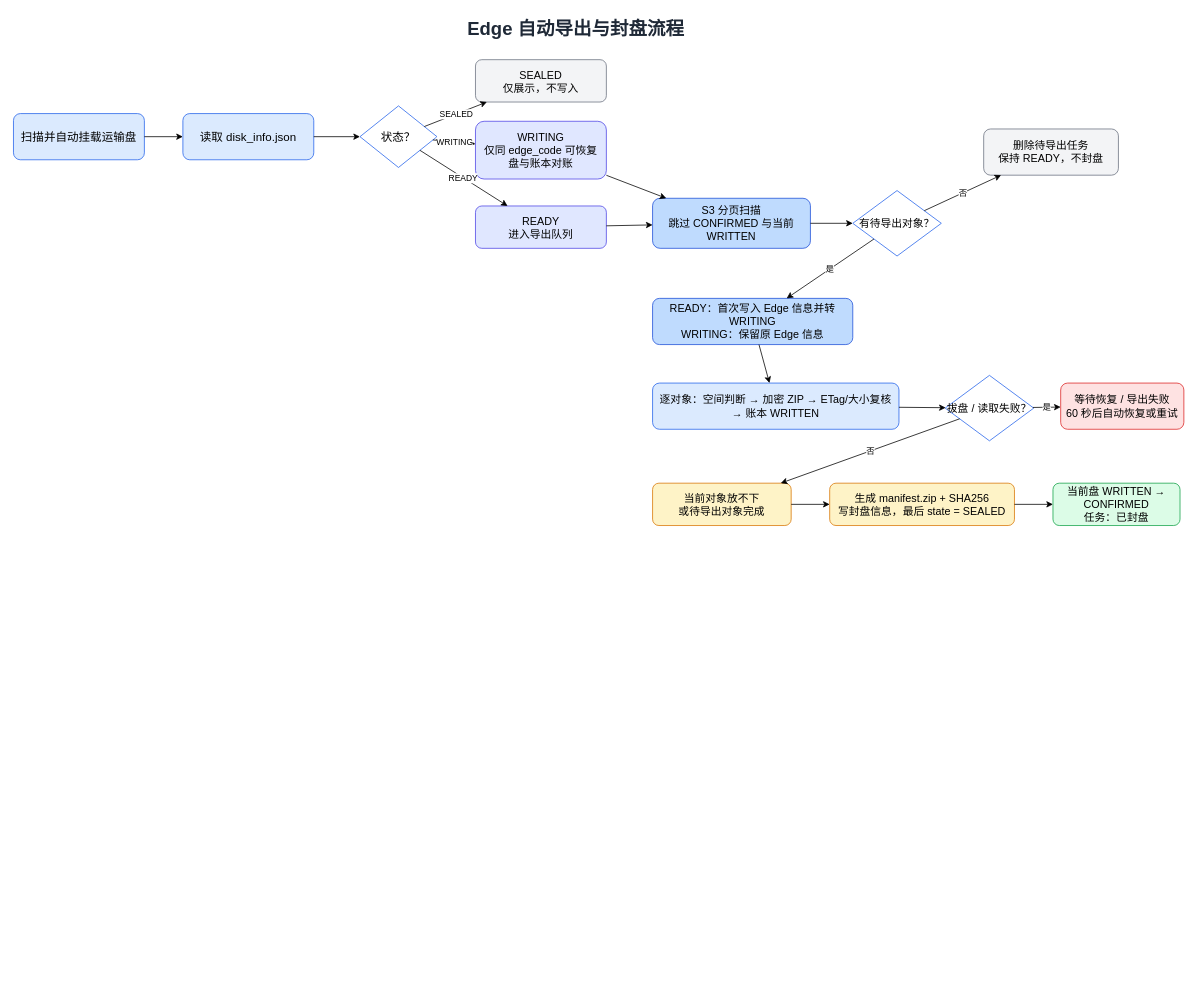
The draw.io diagram page "03-Edge导出流程" (3 of 5) of docs/流程图/RustFS离线运输盘同步系统.drawio in BeipySub/NewRustFsDisk, before the edit. Source tidied: cells renumbered, new cells numbered last; positions are measured from the earlier drawing's top-left corner, leaving out a move shared by most shapes. Both pictures are drawn from the tidied source at 77%, with x=0, y=0 at pixel (13, 13).
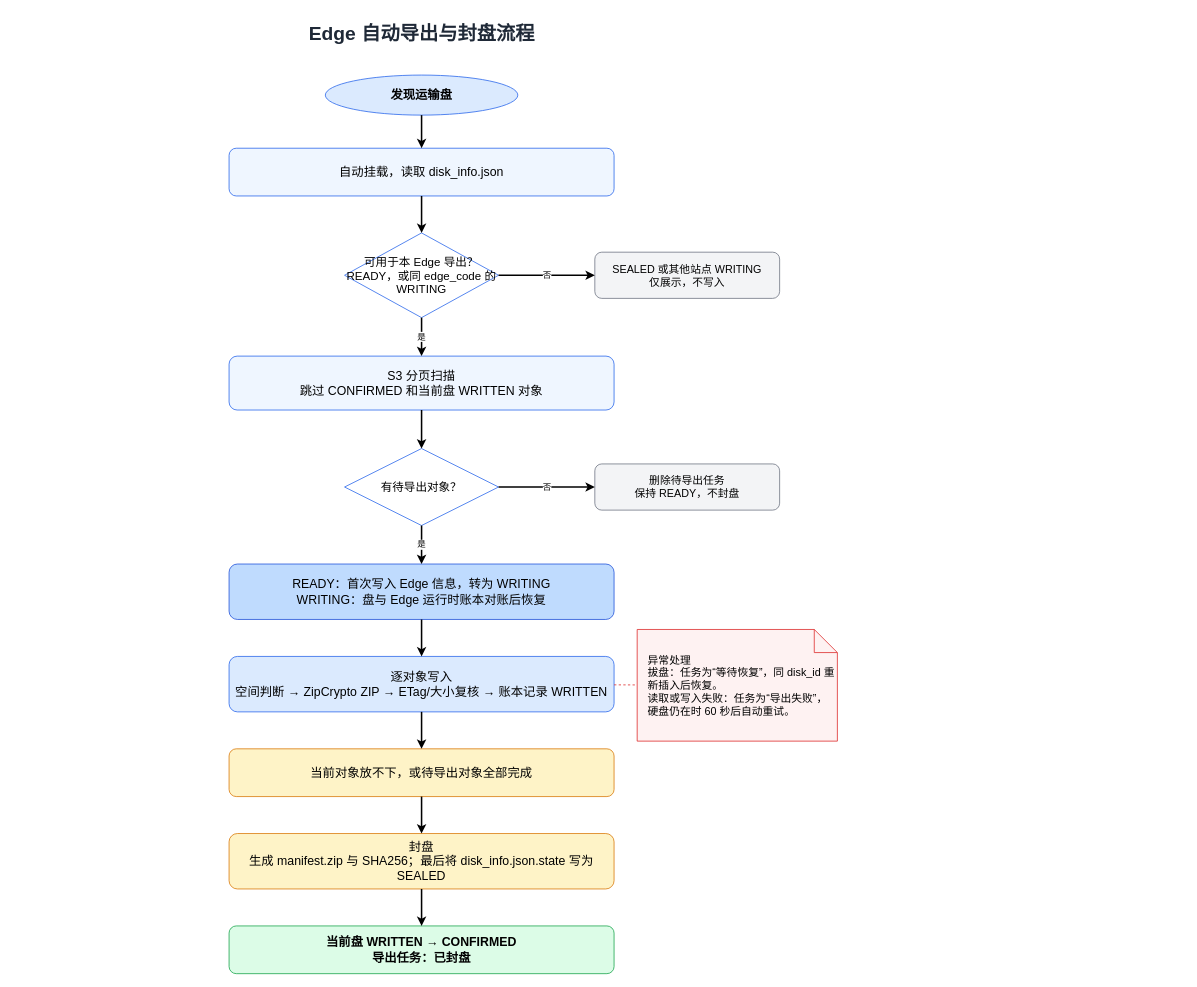
Above is the later version.

The edit, as a diff of the source:
```diff
@@
-    <mxCell id="2" value="Edge 自动导出与封盘流程" style="text;html=1;align=center;verticalAlign=middle;fontSize=24;fontStyle=1;fontColor=#1F2937;" parent="1" vertex="1">
-      <mxGeometry x="330" width="800" height="40" as="geometry" />
+    <mxCell id="2" value="Edge 自动导出与封盘流程" style="text;html=1;align=center;verticalAlign=middle;fontSize=25;fontStyle=1;fontColor=#1F2937;" parent="1" vertex="1">
+      <mxGeometry x="180" y="5" width="700" height="40" as="geometry" />
     </mxCell>
-    <mxCell id="3" value="扫描并自动挂载运输盘" style="rounded=1;whiteSpace=wrap;html=1;fillColor=#DBEAFE;strokeColor=#2563EB;fontSize=15;" parent="1" vertex="1">
-      <mxGeometry y="130" width="170" height="60" as="geometry" />
-    </mxCell>
-    <mxCell id="4" value="读取 disk_info.json" style="rounded=1;whiteSpace=wrap;html=1;fillColor=#DBEAFE;strokeColor=#2563EB;fontSize=15;" parent="1" vertex="1">
-      <mxGeometry x="220" y="130" width="170" height="60" as="geometry" />
-    </mxCell>
-    <mxCell id="5" value="状态？" style="rhombus;whiteSpace=wrap;html=1;fillColor=#FFFFFF;strokeColor=#2563EB;fontSize=15;" parent="1" vertex="1">
-      <mxGeometry x="450" y="120" width="100" height="80" as="geometry" />
-    </mxCell>
-    <mxCell id="6" value="SEALED&#10;仅展示，不写入" style="rounded=1;whiteSpace=wrap;html=1;fillColor=#F3F4F6;strokeColor=#6B7280;fontSize=14;" parent="1" vertex="1">
-      <mxGeometry x="600" y="60" width="170" height="55" as="geometry" />
-    </mxCell>
-    <mxCell id="7" value="WRITING&#10;仅同 edge_code 可恢复&#10;盘与账本对账" style="rounded=1;whiteSpace=wrap;html=1;fillColor=#E0E7FF;strokeColor=#4F46E5;fontSize=14;" parent="1" vertex="1">
-      <mxGeometry x="600" y="140" width="170" height="75" as="geometry" />
-    </mxCell>
-    <mxCell id="8" value="READY&#10;进入导出队列" style="rounded=1;whiteSpace=wrap;html=1;fillColor=#E0E7FF;strokeColor=#4F46E5;fontSize=14;" parent="1" vertex="1">
-      <mxGeometry x="600" y="250" width="170" height="55" as="geometry" />
-    </mxCell>
-    <mxCell id="9" value="S3 分页扫描&#10;跳过 CONFIRMED 与当前 WRITTEN" style="rounded=1;whiteSpace=wrap;html=1;fillColor=#BFDBFE;strokeColor=#1D4ED8;fontSize=14;" parent="1" vertex="1">
-      <mxGeometry x="830" y="240" width="205" height="65" as="geometry" />
-    </mxCell>
+    <mxCell id="35" value="发现运输盘" style="ellipse;whiteSpace=wrap;html=1;fillColor=#DBEAFE;strokeColor=#2563EB;fontSize=16;fontStyle=1;" parent="1" vertex="1">
+      <mxGeometry x="405" y="80" width="250" height="52" as="geometry" />
+    </mxCell>
+    <mxCell id="36" value="自动挂载，读取 disk_info.json" style="rounded=1;whiteSpace=wrap;html=1;fillColor=#EFF6FF;strokeColor=#2563EB;fontSize=16;" parent="1" vertex="1">
+      <mxGeometry x="280" y="175" width="500" height="62" as="geometry" />
+    </mxCell>
+    <mxCell id="37" value="可用于本 Edge 导出？&#10;READY，或同 edge_code 的 WRITING" style="rhombus;whiteSpace=wrap;html=1;fillColor=#FFFFFF;strokeColor=#2563EB;fontSize=15;" parent="1" vertex="1">
+      <mxGeometry x="430" y="285" width="200" height="110" as="geometry" />
+    </mxCell>
+    <mxCell id="38" value="SEALED 或其他站点 WRITING&#10;仅展示，不写入" style="rounded=1;whiteSpace=wrap;html=1;fillColor=#F3F4F6;strokeColor=#6B7280;fontSize=14;" parent="1" vertex="1">
+      <mxGeometry x="755" y="310" width="240" height="60" as="geometry" />
+    </mxCell>
+    <mxCell id="39" value="S3 分页扫描&#10;跳过 CONFIRMED 和当前盘 WRITTEN 对象" style="rounded=1;whiteSpace=wrap;html=1;fillColor=#EFF6FF;strokeColor=#2563EB;fontSize=16;" parent="1" vertex="1">
+      <mxGeometry x="280" y="445" width="500" height="70" as="geometry" />
+    </mxCell>
-    <mxCell id="10" value="有待导出对象？" style="rhombus;whiteSpace=wrap;html=1;fillColor=#FFFFFF;strokeColor=#2563EB;fontSize=14;" parent="1" vertex="1">
-      <mxGeometry x="1090" y="230" width="115" height="85" as="geometry" />
+    <mxCell id="10" value="有待导出对象？" style="rhombus;whiteSpace=wrap;html=1;fillColor=#FFFFFF;strokeColor=#2563EB;fontSize=15;" parent="1" vertex="1">
+      <mxGeometry x="430" y="565" width="200" height="100" as="geometry" />
     </mxCell>
     <mxCell id="11" value="删除待导出任务&#10;保持 READY，不封盘" style="rounded=1;whiteSpace=wrap;html=1;fillColor=#F3F4F6;strokeColor=#6B7280;fontSize=14;" parent="1" vertex="1">
-      <mxGeometry x="1260" y="150" width="175" height="60" as="geometry" />
+      <mxGeometry x="755" y="585" width="240" height="60" as="geometry" />
     </mxCell>
-    <mxCell id="12" value="READY：首次写入 Edge 信息并转 WRITING&#10;WRITING：保留原 Edge 信息" style="rounded=1;whiteSpace=wrap;html=1;fillColor=#BFDBFE;strokeColor=#1D4ED8;fontSize=14;" parent="1" vertex="1">
-      <mxGeometry x="830" y="370" width="260" height="60" as="geometry" />
-    </mxCell>
-    <mxCell id="13" value="逐对象：空间判断 → 加密 ZIP → ETag/大小复核 → 账本 WRITTEN" style="rounded=1;whiteSpace=wrap;html=1;fillColor=#DBEAFE;strokeColor=#2563EB;fontSize=14;" parent="1" vertex="1">
-      <mxGeometry x="830" y="480" width="320" height="60" as="geometry" />
-    </mxCell>
-    <mxCell id="14" value="拔盘 / 读取失败？" style="rhombus;whiteSpace=wrap;html=1;fillColor=#FFFFFF;strokeColor=#2563EB;fontSize=14;" parent="1" vertex="1">
-      <mxGeometry x="1210" y="470" width="115" height="85" as="geometry" />
-    </mxCell>
-    <mxCell id="15" value="等待恢复 / 导出失败&#10;60 秒后自动恢复或重试" style="rounded=1;whiteSpace=wrap;html=1;fillColor=#FEE2E2;strokeColor=#DC2626;fontSize=14;" parent="1" vertex="1">
-      <mxGeometry x="1360" y="480" width="160" height="60" as="geometry" />
-    </mxCell>
-    <mxCell id="16" value="当前对象放不下&#10;或待导出对象完成" style="rounded=1;whiteSpace=wrap;html=1;fillColor=#FEF3C7;strokeColor=#D97706;fontSize=14;" parent="1" vertex="1">
-      <mxGeometry x="830" y="610" width="180" height="55" as="geometry" />
-    </mxCell>
-    <mxCell id="17" value="生成 manifest.zip + SHA256&#10;写封盘信息，最后 state = SEALED" style="rounded=1;whiteSpace=wrap;html=1;fillColor=#FEF3C7;strokeColor=#D97706;fontSize=14;" parent="1" vertex="1">
-      <mxGeometry x="1060" y="610" width="240" height="55" as="geometry" />
-    </mxCell>
-    <mxCell id="18" value="当前盘 WRITTEN → CONFIRMED&#10;任务：已封盘" style="rounded=1;whiteSpace=wrap;html=1;fillColor=#DCFCE7;strokeColor=#16A34A;fontSize=14;" parent="1" vertex="1">
-      <mxGeometry x="1350" y="610" width="165" height="55" as="geometry" />
-    </mxCell>
+    <mxCell id="40" value="READY：首次写入 Edge 信息，转为 WRITING&#10;WRITING：盘与 Edge 运行时账本对账后恢复" style="rounded=1;whiteSpace=wrap;html=1;fillColor=#BFDBFE;strokeColor=#1D4ED8;fontSize=16;" parent="1" vertex="1">
+      <mxGeometry x="280" y="715" width="500" height="72" as="geometry" />
+    </mxCell>
+    <mxCell id="41" value="逐对象写入&#10;空间判断 → ZipCrypto ZIP → ETag/大小复核 → 账本记录 WRITTEN" style="rounded=1;whiteSpace=wrap;html=1;fillColor=#DBEAFE;strokeColor=#2563EB;fontSize=16;" parent="1" vertex="1">
+      <mxGeometry x="280" y="835" width="500" height="72" as="geometry" />
+    </mxCell>
+    <mxCell id="42" value="当前对象放不下，或待导出对象全部完成" style="rounded=1;whiteSpace=wrap;html=1;fillColor=#FEF3C7;strokeColor=#D97706;fontSize=16;" parent="1" vertex="1">
+      <mxGeometry x="280" y="955" width="500" height="62" as="geometry" />
+    </mxCell>
+    <mxCell id="43" value="封盘&#10;生成 manifest.zip 与 SHA256；最后将 disk_info.json.state 写为 SEALED" style="rounded=1;whiteSpace=wrap;html=1;fillColor=#FEF3C7;strokeColor=#D97706;fontSize=16;" parent="1" vertex="1">
+      <mxGeometry x="280" y="1065" width="500" height="72" as="geometry" />
+    </mxCell>
+    <mxCell id="44" value="当前盘 WRITTEN → CONFIRMED&#10;导出任务：已封盘" style="rounded=1;whiteSpace=wrap;html=1;fillColor=#DCFCE7;strokeColor=#16A34A;fontSize=16;fontStyle=1;" parent="1" vertex="1">
+      <mxGeometry x="280" y="1185" width="500" height="62" as="geometry" />
+    </mxCell>
+    <mxCell id="45" value="异常处理&#10;拔盘：任务为“等待恢复”，同 disk_id 重新插入后恢复。&#10;读取或写入失败：任务为“导出失败”，硬盘仍在时 60 秒后自动重试。" style="shape=note;whiteSpace=wrap;html=1;fillColor=#FEF2F2;strokeColor=#DC2626;fontSize=14;align=left;spacingLeft=12;" parent="1" vertex="1">
+      <mxGeometry x="810" y="800" width="260" height="145" as="geometry" />
+    </mxCell>
-    <mxCell id="19" style="endArrow=classic;html=1;" parent="1" edge="1" source="3" target="4">
+    <mxCell id="19" style="endArrow=classic;html=1;strokeWidth=2;" parent="1" edge="1" source="35" target="36">
       <mxGeometry relative="1" as="geometry" />
     </mxCell>
-    <mxCell id="20" style="endArrow=classic;html=1;" parent="1" edge="1" source="4" target="5">
+    <mxCell id="20" style="endArrow=classic;html=1;strokeWidth=2;" parent="1" edge="1" source="36" target="37">
       <mxGeometry relative="1" as="geometry" />
     </mxCell>
-    <mxCell id="21" value="SEALED" style="endArrow=classic;html=1;" parent="1" edge="1" source="5" target="6">
+    <mxCell id="21" value="否" style="endArrow=classic;html=1;strokeWidth=2;" parent="1" edge="1" source="37" target="38">
       <mxGeometry relative="1" as="geometry" />
     </mxCell>
-    <mxCell id="22" value="WRITING" style="endArrow=classic;html=1;" parent="1" edge="1" source="5" target="7">
+    <mxCell id="22" value="是" style="endArrow=classic;html=1;strokeWidth=2;" parent="1" edge="1" source="37" target="39">
       <mxGeometry relative="1" as="geometry" />
     </mxCell>
-    <mxCell id="23" value="READY" style="endArrow=classic;html=1;" parent="1" edge="1" source="5" target="8">
+    <mxCell id="23" style="endArrow=classic;html=1;strokeWidth=2;" parent="1" edge="1" source="39" target="10">
       <mxGeometry relative="1" as="geometry" />
     </mxCell>
-    <mxCell id="24" style="endArrow=classic;html=1;" parent="1" edge="1" source="7" target="9">
+    <mxCell id="24" value="否" style="endArrow=classic;html=1;strokeWidth=2;" parent="1" edge="1" source="10" target="11">
       <mxGeometry relative="1" as="geometry" />
     </mxCell>
-    <mxCell id="25" style="endArrow=classic;html=1;" parent="1" edge="1" source="8" target="9">
+    <mxCell id="25" value="是" style="endArrow=classic;html=1;strokeWidth=2;" parent="1" edge="1" source="10" target="40">
       <mxGeometry relative="1" as="geometry" />
     </mxCell>
-    <mxCell id="26" style="endArrow=classic;html=1;" parent="1" edge="1" source="9" target="10">
+    <mxCell id="26" style="endArrow=classic;html=1;strokeWidth=2;" parent="1" edge="1" source="40" target="41">
       <mxGeometry relative="1" as="geometry" />
     </mxCell>
-    <mxCell id="27" value="否" style="endArrow=classic;html=1;" parent="1" edge="1" source="10" target="11">
+    <mxCell id="27" style="endArrow=classic;html=1;strokeWidth=2;" parent="1" edge="1" source="41" target="42">
       <mxGeometry relative="1" as="geometry" />
     </mxCell>
-    <mxCell id="28" value="是" style="endArrow=classic;html=1;" parent="1" edge="1" source="10" target="12">
+    <mxCell id="28" style="endArrow=classic;html=1;strokeWidth=2;" parent="1" edge="1" source="42" target="43">
       <mxGeometry relative="1" as="geometry" />
     </mxCell>
-    <mxCell id="29" style="endArrow=classic;html=1;" parent="1" edge="1" source="12" target="13">
+    <mxCell id="29" style="endArrow=classic;html=1;strokeWidth=2;" parent="1" edge="1" source="43" target="44">
       <mxGeometry relative="1" as="geometry" />
     </mxCell>
-    <mxCell id="30" style="endArrow=classic;html=1;" parent="1" edge="1" source="13" target="14">
+    <mxCell id="30" style="dashed=1;endArrow=none;html=1;strokeColor=#DC2626;" parent="1" edge="1" source="41" target="45">
       <mxGeometry relative="1" as="geometry" />
     </mxCell>
-    <mxCell id="31" value="是" style="endArrow=classic;html=1;" parent="1" edge="1" source="14" target="15">
-      <mxGeometry relative="1" as="geometry" />
-    </mxCell>
-    <mxCell id="32" value="否" style="endArrow=classic;html=1;" parent="1" edge="1" source="14" target="16">
-      <mxGeometry relative="1" as="geometry" />
-    </mxCell>
-    <mxCell id="33" style="endArrow=classic;html=1;" parent="1" edge="1" source="16" target="17">
-      <mxGeometry relative="1" as="geometry" />
-    </mxCell>
-    <mxCell id="34" style="endArrow=classic;html=1;" parent="1" edge="1" source="17" target="18">
-      <mxGeometry relative="1" as="geometry" />
-    </mxCell>
```
